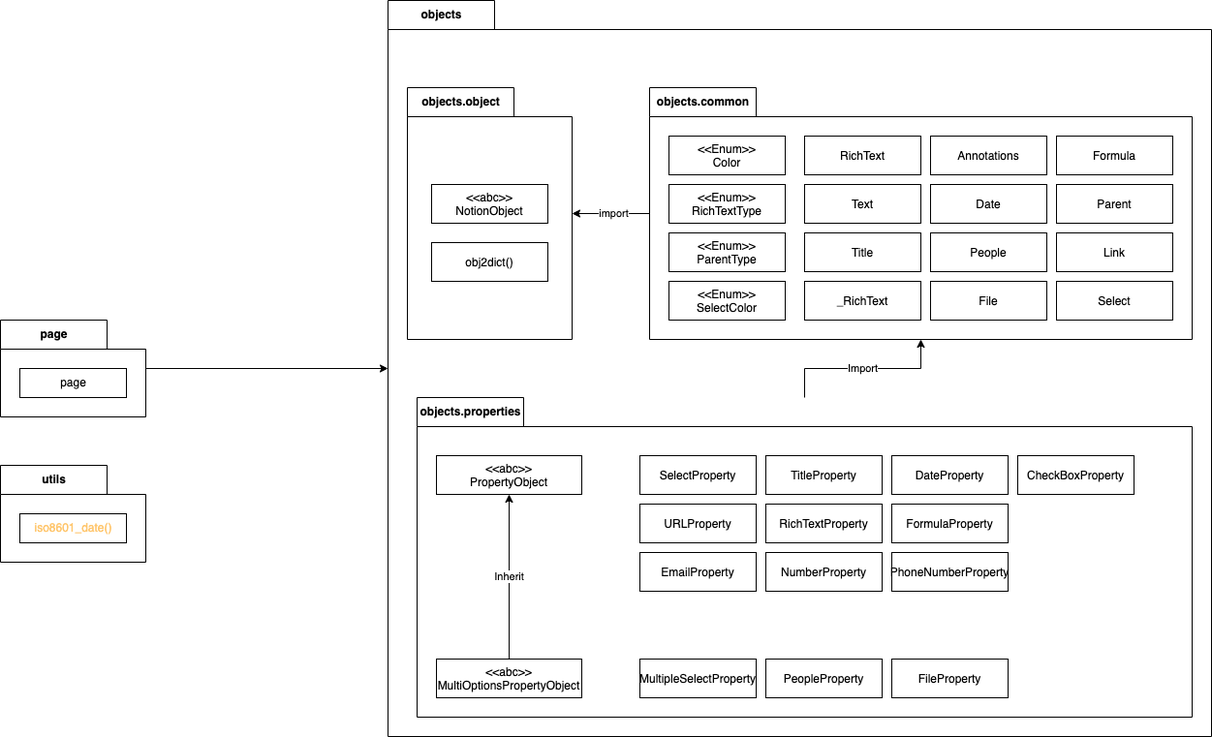
stone-home/notion_operator_py keeps this draw.io diagram as docs/assets/module_dependancy_diagram.drawio.png. Above is the earlier version. Source tidied: cells renumbered, new cells last; positions are measured from the earlier drawing's top-left corner, leaving out a move shared by most shapes.
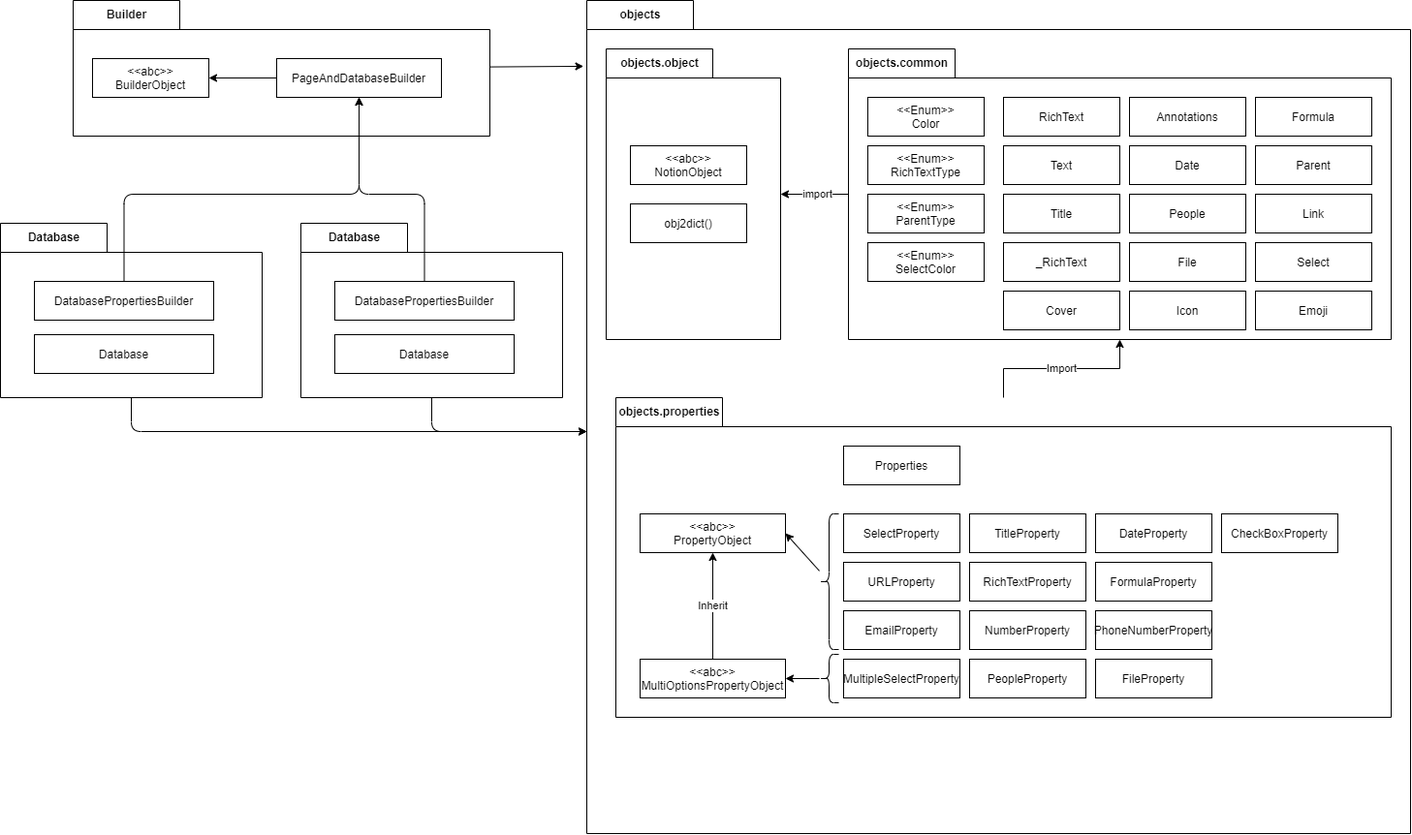
Later version of the same file.

Change to the diagram source:
```diff
@@ -3,7 +3,7 @@
     <mxCell id="0" />
     <mxCell id="1" parent="0" />
     <mxCell id="2" value="objects" style="shape=folder;fontStyle=1;tabWidth=110;tabHeight=30;tabPosition=left;html=1;boundedLbl=1;labelInHeader=1;" parent="1" vertex="1">
-      <mxGeometry x="400" width="850" height="760" as="geometry" />
+      <mxGeometry x="400" width="850" height="860" as="geometry" />
     </mxCell>
     <mxCell id="3" style="edgeStyle=orthogonalEdgeStyle;rounded=0;jettySize=auto;html=1;" parent="2" edge="1" source="5" target="40">
       <mxGeometry relative="1" as="geometry" />
@@ -12,7 +12,7 @@
       <mxGeometry x="-0.05" y="-1" relative="1" as="geometry" />
     </mxCell>
     <mxCell id="5" value="objects.common" style="shape=folder;fontStyle=1;tabWidth=110;tabHeight=30;tabPosition=left;html=1;boundedLbl=1;labelInHeader=1;" parent="2" vertex="1">
-      <mxGeometry x="270" y="90" width="560" height="260" as="geometry" />
+      <mxGeometry x="270" y="50" width="560" height="300" as="geometry" />
     </mxCell>
     <mxCell id="6" value="&lt;&lt;Enum&gt;&gt;&#10;RichTextType" style="fontStyle=0;" parent="5" vertex="1">
       <mxGeometry x="20" y="100" width="120" height="40" as="geometry" />
@@ -62,6 +62,15 @@
     <mxCell id="21" value="_RichText" style="fontStyle=0;" parent="5" vertex="1">
       <mxGeometry x="160" y="200" width="120" height="40" as="geometry" />
     </mxCell>
+    <mxCell id="48" value="Emoji" style="fontStyle=0;" parent="5" vertex="1">
+      <mxGeometry x="420" y="250" width="120" height="40" as="geometry" />
+    </mxCell>
+    <mxCell id="49" value="Icon" style="fontStyle=0;" parent="5" vertex="1">
+      <mxGeometry x="290" y="250" width="120" height="40" as="geometry" />
+    </mxCell>
+    <mxCell id="50" value="Cover" style="fontStyle=0;" parent="5" vertex="1">
+      <mxGeometry x="160" y="250" width="120" height="40" as="geometry" />
+    </mxCell>
     <mxCell id="22" value="Import" style="edgeStyle=orthogonalEdgeStyle;rounded=0;jettySize=auto;html=1;" parent="2" edge="1" source="23" target="5">
       <mxGeometry relative="1" as="geometry" />
     </mxCell>
@@ -69,55 +78,70 @@
       <mxGeometry x="30" y="410" width="800" height="330" as="geometry" />
     </mxCell>
     <mxCell id="24" value="&lt;&lt;abc&gt;&gt;&#10;PropertyObject" style="fontStyle=0;" parent="23" vertex="1">
-      <mxGeometry x="20" y="60" width="150" height="40" as="geometry" />
+      <mxGeometry x="25" y="120" width="150" height="40" as="geometry" />
     </mxCell>
     <mxCell id="25" value="TitleProperty" style="fontStyle=0;" parent="23" vertex="1">
-      <mxGeometry x="360" y="60" width="120" height="40" as="geometry" />
+      <mxGeometry x="365" y="120" width="120" height="40" as="geometry" />
     </mxCell>
     <mxCell id="26" value="MultipleSelectProperty" style="fontStyle=0;" parent="23" vertex="1">
-      <mxGeometry x="230" y="270" width="120" height="40" as="geometry" />
+      <mxGeometry x="235" y="270" width="120" height="40" as="geometry" />
     </mxCell>
     <mxCell id="27" value="RichTextProperty" style="fontStyle=0;" parent="23" vertex="1">
-      <mxGeometry x="360" y="110" width="120" height="40" as="geometry" />
+      <mxGeometry x="365" y="170" width="120" height="40" as="geometry" />
     </mxCell>
     <mxCell id="28" value="EmailProperty" style="fontStyle=0;" parent="23" vertex="1">
-      <mxGeometry x="230" y="160" width="120" height="40" as="geometry" />
+      <mxGeometry x="235" y="220" width="120" height="40" as="geometry" />
     </mxCell>
     <mxCell id="29" value="PhoneNumberProperty" style="fontStyle=0;" parent="23" vertex="1">
-      <mxGeometry x="490" y="160" width="120" height="40" as="geometry" />
+      <mxGeometry x="495" y="220" width="120" height="40" as="geometry" />
     </mxCell>
     <mxCell id="30" value="DateProperty" style="fontStyle=0;" parent="23" vertex="1">
-      <mxGeometry x="490" y="60" width="120" height="40" as="geometry" />
+      <mxGeometry x="495" y="120" width="120" height="40" as="geometry" />
     </mxCell>
     <mxCell id="31" value="PeopleProperty" style="fontStyle=0;" parent="23" vertex="1">
-      <mxGeometry x="360" y="270" width="120" height="40" as="geometry" />
+      <mxGeometry x="365" y="270" width="120" height="40" as="geometry" />
     </mxCell>
     <mxCell id="32" value="FileProperty" style="fontStyle=0;" parent="23" vertex="1">
-      <mxGeometry x="490" y="270" width="120" height="40" as="geometry" />
+      <mxGeometry x="495" y="270" width="120" height="40" as="geometry" />
     </mxCell>
     <mxCell id="33" value="CheckBoxProperty" style="fontStyle=0;" parent="23" vertex="1">
-      <mxGeometry x="620" y="60" width="120" height="40" as="geometry" />
+      <mxGeometry x="625" y="120" width="120" height="40" as="geometry" />
     </mxCell>
     <mxCell id="34" value="URLProperty" style="fontStyle=0;" parent="23" vertex="1">
-      <mxGeometry x="230" y="110" width="120" height="40" as="geometry" />
+      <mxGeometry x="235" y="170" width="120" height="40" as="geometry" />
     </mxCell>
     <mxCell id="35" value="NumberProperty" style="fontStyle=0;" parent="23" vertex="1">
-      <mxGeometry x="360" y="160" width="120" height="40" as="geometry" />
+      <mxGeometry x="365" y="220" width="120" height="40" as="geometry" />
     </mxCell>
     <mxCell id="36" value="SelectProperty" style="fontStyle=0;" parent="23" vertex="1">
-      <mxGeometry x="230" y="60" width="120" height="40" as="geometry" />
+      <mxGeometry x="235" y="120" width="120" height="40" as="geometry" />
     </mxCell>
     <mxCell id="37" value="FormulaProperty" style="fontStyle=0;" parent="23" vertex="1">
-      <mxGeometry x="490" y="110" width="120" height="40" as="geometry" />
+      <mxGeometry x="495" y="170" width="120" height="40" as="geometry" />
     </mxCell>
     <mxCell id="38" value="Inherit" style="edgeStyle=orthogonalEdgeStyle;rounded=0;jettySize=auto;html=1;" parent="23" edge="1" source="39" target="24">
       <mxGeometry relative="1" as="geometry" />
     </mxCell>
     <mxCell id="39" value="&lt;&lt;abc&gt;&gt;&#10;MultiOptionsPropertyObject" style="fontStyle=0;" parent="23" vertex="1">
-      <mxGeometry x="20" y="270" width="150" height="40" as="geometry" />
+      <mxGeometry x="25" y="270" width="150" height="40" as="geometry" />
     </mxCell>
+    <mxCell id="51" value="Properties" style="fontStyle=0;" parent="23" vertex="1">
+      <mxGeometry x="235" y="50" width="120" height="40" as="geometry" />
+    </mxCell>
+    <mxCell id="52" style="edgeStyle=none;html=1;entryX=1;entryY=0.5;entryDx=0;entryDy=0;" parent="23" edge="1" source="53" target="24">
+      <mxGeometry relative="1" as="geometry" />
+    </mxCell>
+    <mxCell id="53" style="shape=curlyBracket;whiteSpace=wrap;html=1;rounded=1;" parent="23" vertex="1">
+      <mxGeometry x="210" y="120" width="20" height="140" as="geometry" />
+    </mxCell>
+    <mxCell id="54" style="edgeStyle=none;html=1;" parent="23" edge="1" source="55" target="39">
+      <mxGeometry relative="1" as="geometry" />
+    </mxCell>
+    <mxCell id="55" style="shape=curlyBracket;whiteSpace=wrap;html=1;rounded=1;" parent="23" vertex="1">
+      <mxGeometry x="210" y="265" width="20" height="50" as="geometry" />
+    </mxCell>
     <mxCell id="40" value="objects.object" style="shape=folder;fontStyle=1;tabWidth=110;tabHeight=30;tabPosition=left;html=1;boundedLbl=1;labelInHeader=1;" parent="2" vertex="1">
-      <mxGeometry x="20" y="90" width="170" height="260" as="geometry" />
+      <mxGeometry x="20" y="50" width="180" height="300" as="geometry" />
     </mxCell>
     <mxCell id="41" value="&lt;&lt;abc&gt;&gt;&#10;NotionObject" style="fontStyle=0;" parent="40" vertex="1">
       <mxGeometry x="25" y="100" width="120" height="40" as="geometry" />
@@ -125,24 +149,68 @@
     <mxCell id="42" value="obj2dict()" style="fontStyle=0;" parent="40" vertex="1">
       <mxGeometry x="25" y="160" width="120" height="40" as="geometry" />
     </mxCell>
-    <mxCell id="43" style="edgeStyle=orthogonalEdgeStyle;rounded=0;jettySize=auto;html=1;" parent="1" edge="1" source="44" target="2">
-      <mxGeometry relative="1" as="geometry" />
-    </mxCell>
-    <mxCell id="44" value="page" style="shape=folder;fontStyle=1;tabWidth=110;tabHeight=30;tabPosition=left;html=1;boundedLbl=1;labelInHeader=1;" parent="1" vertex="1">
-      <mxGeometry y="330" width="150" height="100" as="geometry" />
-    </mxCell>
-    <mxCell id="45" value="page" style="html=1;" parent="44" vertex="1">
-      <mxGeometry width="110" height="30" relative="1" as="geometry">
-        <mxPoint x="20" y="50" as="offset" />
-      </mxGeometry>
-    </mxCell>
-    <mxCell id="46" value="utils" style="shape=folder;fontStyle=1;tabWidth=110;tabHeight=30;tabPosition=left;html=1;boundedLbl=1;labelInHeader=1;" parent="1" vertex="1">
-      <mxGeometry y="480" width="150" height="100" as="geometry" />
-    </mxCell>
-    <mxCell id="47" value="&lt;font color=&quot;#ffc66d&quot;&gt;iso8601_date()&lt;/font&gt;" style="html=1;" parent="46" vertex="1">
-      <mxGeometry width="110" height="30" relative="1" as="geometry">
-        <mxPoint x="20" y="50" as="offset" />
-      </mxGeometry>
-    </mxCell>
+    <mxCell id="56" style="edgeStyle=none;html=1;entryX=-0.004;entryY=0.079;entryDx=0;entryDy=0;entryPerimeter=0;" parent="1" edge="1" source="57" target="2">
+      <mxGeometry relative="1" as="geometry" />
+    </mxCell>
+    <mxCell id="57" value="Builder" style="shape=folder;fontStyle=1;tabWidth=110;tabHeight=30;tabPosition=left;html=1;boundedLbl=1;labelInHeader=1;" parent="1" vertex="1">
+      <mxGeometry x="-130" width="430" height="140" as="geometry" />
+    </mxCell>
+    <mxCell id="58" value="&lt;&lt;abc&gt;&gt;&#10;BuilderObject" style="fontStyle=0;" parent="57" vertex="1">
+      <mxGeometry x="20" y="60" width="120" height="40" as="geometry" />
+    </mxCell>
+    <mxCell id="59" style="edgeStyle=none;html=1;" parent="57" edge="1" source="60" target="58">
+      <mxGeometry relative="1" as="geometry" />
+    </mxCell>
+    <mxCell id="60" value="PageAndDatabaseBuilder" style="fontStyle=0;" parent="57" vertex="1">
+      <mxGeometry x="210" y="60" width="170" height="40" as="geometry" />
+    </mxCell>
+    <mxCell id="61" style="edgeStyle=orthogonalEdgeStyle;html=1;entryX=0;entryY=0;entryDx=0;entryDy=445;entryPerimeter=0;" parent="1" edge="1" source="62" target="2">
+      <mxGeometry relative="1" as="geometry">
+        <Array as="points">
+          <mxPoint x="240" y="445" />
+        </Array>
+      </mxGeometry>
+    </mxCell>
+    <mxCell id="62" value="Database" style="shape=folder;fontStyle=1;tabWidth=110;tabHeight=30;tabPosition=left;html=1;boundedLbl=1;labelInHeader=1;" parent="1" vertex="1">
+      <mxGeometry x="105" y="230" width="270" height="180" as="geometry" />
+    </mxCell>
+    <mxCell id="63" value="DatabasePropertiesBuilder" style="fontStyle=0;" parent="62" vertex="1">
+      <mxGeometry x="35" y="60" width="185" height="40" as="geometry" />
+    </mxCell>
+    <mxCell id="64" value="Database" style="fontStyle=0;" parent="62" vertex="1">
+      <mxGeometry x="35" y="115" width="185" height="40" as="geometry" />
+    </mxCell>
+    <mxCell id="65" style="edgeStyle=orthogonalEdgeStyle;html=1;entryX=0;entryY=0;entryDx=0;entryDy=445;entryPerimeter=0;" parent="1" edge="1" source="66" target="2">
+      <mxGeometry relative="1" as="geometry">
+        <Array as="points">
+          <mxPoint x="-70" y="445" />
+        </Array>
+      </mxGeometry>
+    </mxCell>
+    <mxCell id="66" value="Database" style="shape=folder;fontStyle=1;tabWidth=110;tabHeight=30;tabPosition=left;html=1;boundedLbl=1;labelInHeader=1;" parent="1" vertex="1">
+      <mxGeometry x="-205" y="230" width="270" height="180" as="geometry" />
+    </mxCell>
+    <mxCell id="67" value="DatabasePropertiesBuilder" style="fontStyle=0;" parent="66" vertex="1">
+      <mxGeometry x="35" y="60" width="185" height="40" as="geometry" />
+    </mxCell>
+    <mxCell id="68" value="Database" style="fontStyle=0;" parent="66" vertex="1">
+      <mxGeometry x="35" y="115" width="185" height="40" as="geometry" />
+    </mxCell>
+    <mxCell id="69" style="edgeStyle=orthogonalEdgeStyle;html=1;entryX=0.5;entryY=1;entryDx=0;entryDy=0;" parent="1" edge="1" source="63" target="60">
+      <mxGeometry relative="1" as="geometry">
+        <Array as="points">
+          <mxPoint x="233" y="200" />
+          <mxPoint x="165" y="200" />
+        </Array>
+      </mxGeometry>
+    </mxCell>
+    <mxCell id="70" style="edgeStyle=orthogonalEdgeStyle;html=1;" parent="1" edge="1" source="67" target="60">
+      <mxGeometry relative="1" as="geometry">
+        <Array as="points">
+          <mxPoint x="-77" y="200" />
+          <mxPoint x="165" y="200" />
+        </Array>
+      </mxGeometry>
+    </mxCell>
   </root>
 </mxGraphModel>
```
